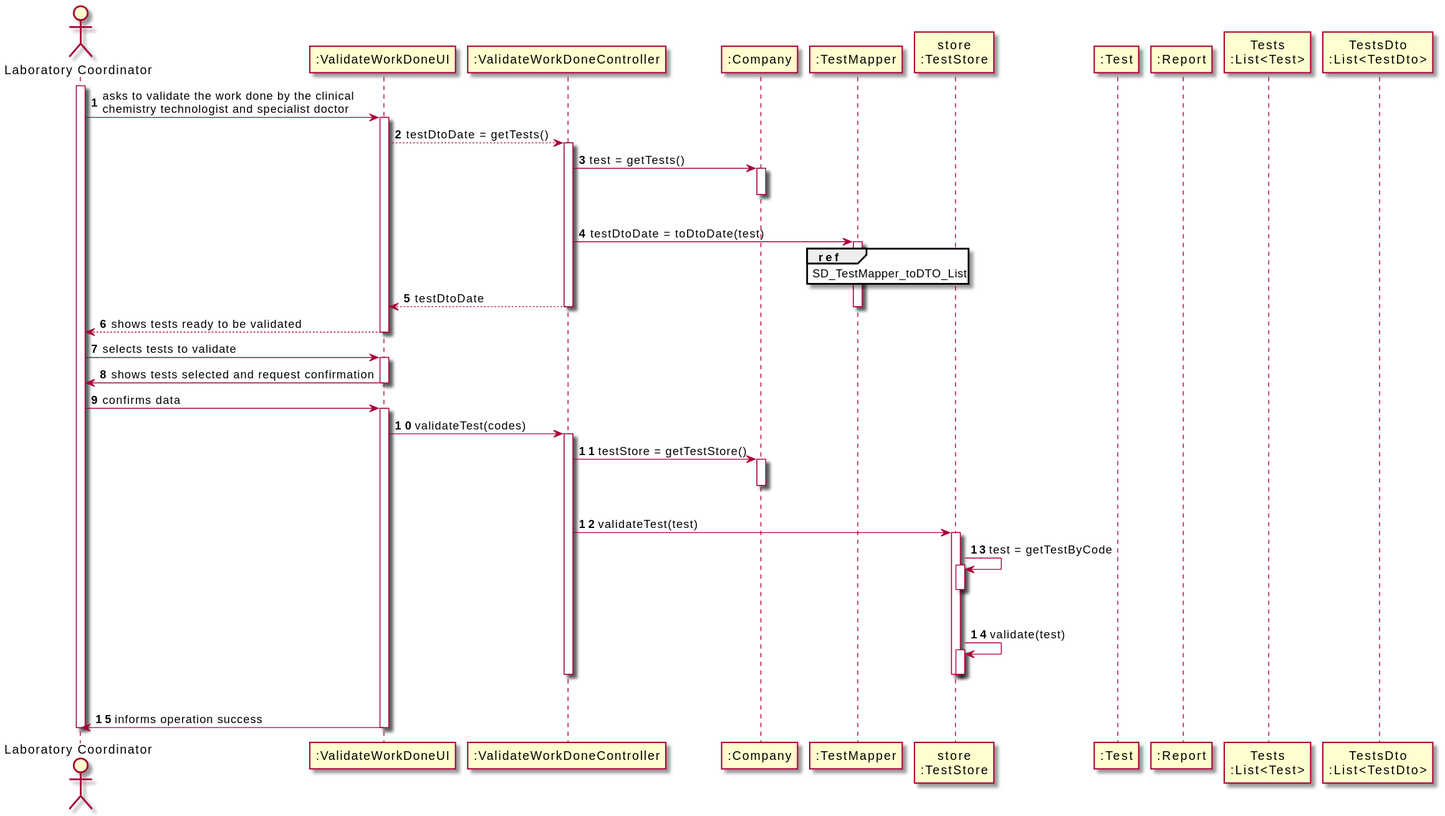
Pedromaia26/LAPR2-ISEP keeps this PlantUML diagram as docs/SprintC/US15_ValidateTheWorkDone/US15_SD.svg. Above is the earlier version.
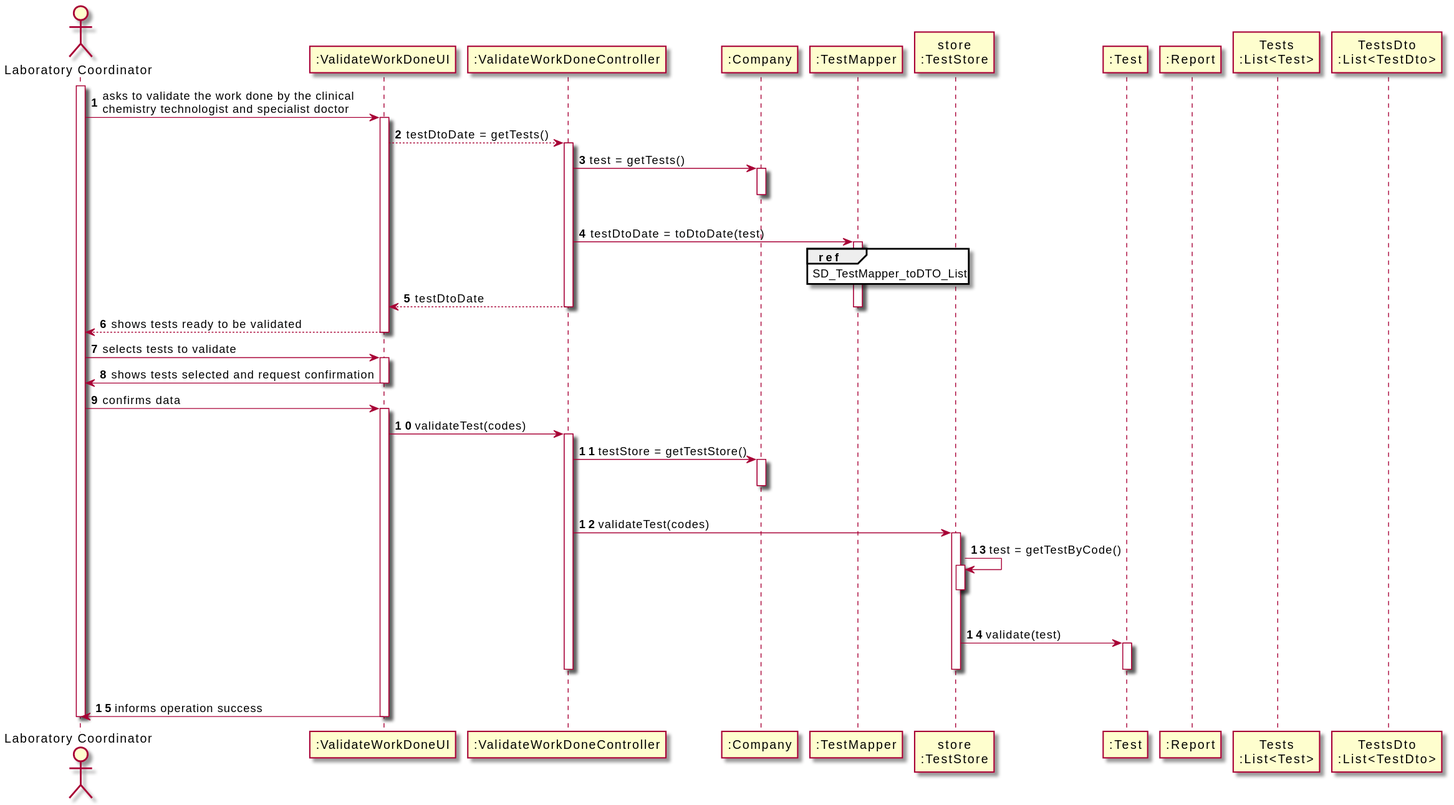
The same diagram one commit later.

Diff of the diagram source:
```diff
@@ -56,17 +56,17 @@
 |||
 deactivate ML
 
-CTRL -> STORE : validateTest(test)
+CTRL -> STORE : validateTest(codes)
 activate STORE
 
-STORE -> STORE : test = getTestByCode
+STORE -> STORE : test = getTestByCode()
 activate STORE
 |||
 deactivate STORE
-STORE -> STORE : validate(test)
-activate STORE
+STORE -> TEST : validate(test)
+activate TEST
 |||
-deactivate STORE
+deactivate TEST
 
 deactivate STORE
 deactivate CTRL
```
